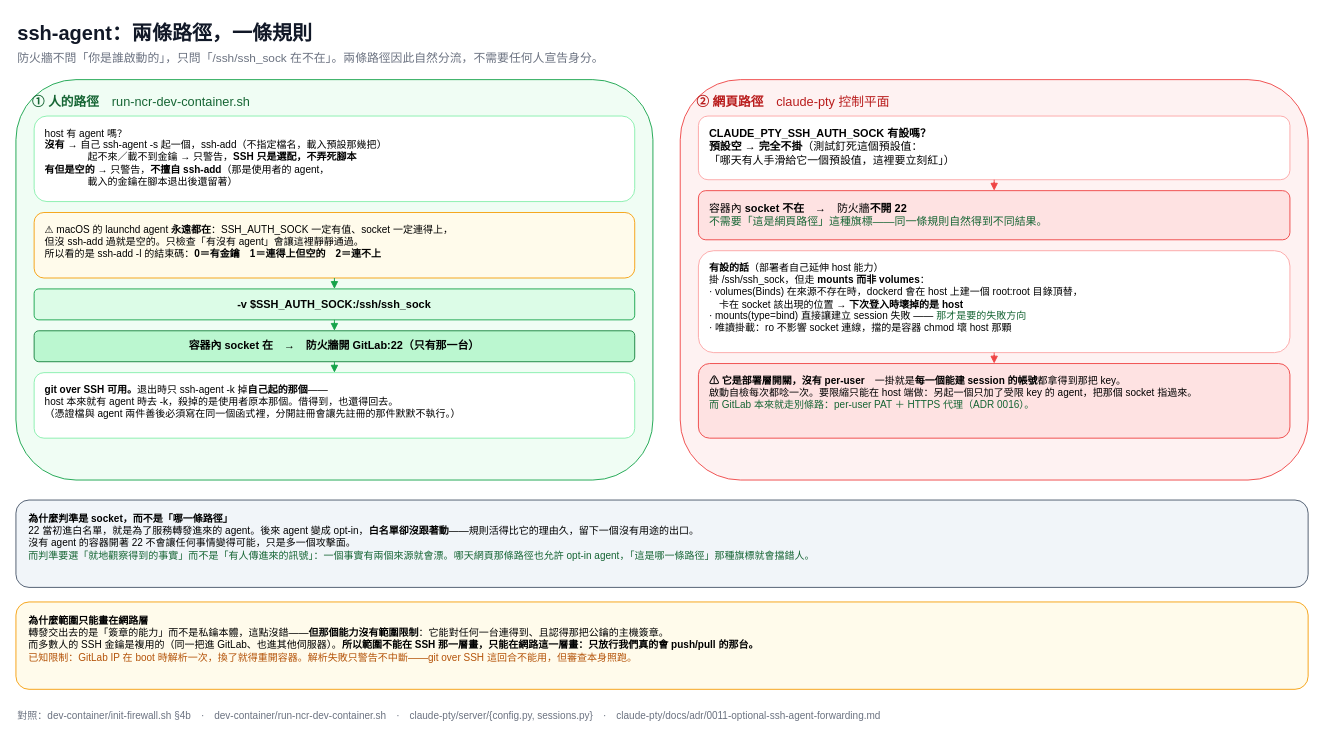
Before: page "2. ssh-agent：兩條路徑，一條規則" (2 of 3) of docs/dev-container.drawio in nathanfhh/30-days-ironman, a draw.io diagram. Source tidied: cells renumbered, new cells numbered last; positions are measured from the earlier drawing's top-left corner, leaving out a move shared by most shapes. Both pictures are drawn from the tidied source at 91%, with x=0, y=0 at pixel (15, 15).
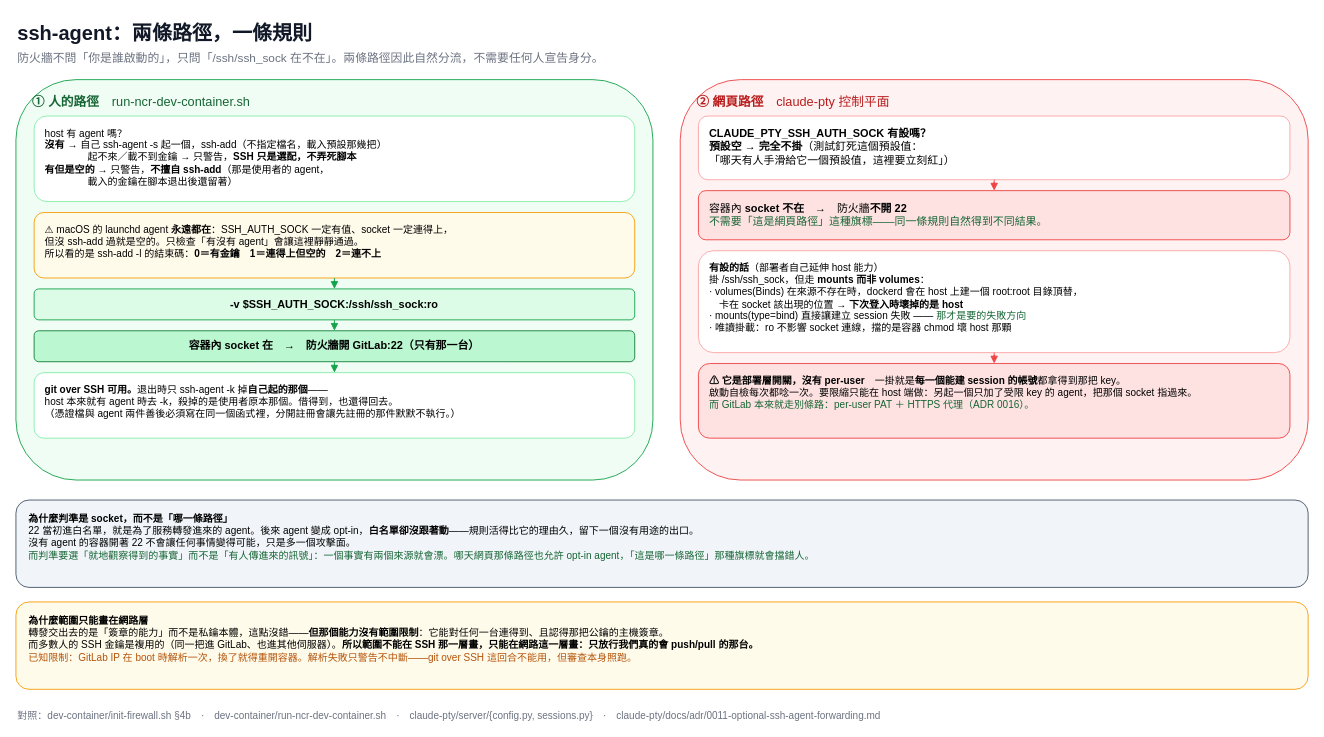
After the change.

Diff of the diagram source:
```diff
@@
-    <mxCell id="8" value="&lt;b&gt;-v $SSH_AUTH_SOCK:/ssh/ssh_sock&lt;/b&gt;" style="rounded=1;whiteSpace=wrap;html=1;fillColor=#dcfce7;strokeColor=#16a34a;fontSize=12;" parent="1" vertex="1">
+    <mxCell id="8" value="&lt;b&gt;-v $SSH_AUTH_SOCK:/ssh/ssh_sock:ro&lt;/b&gt;" style="rounded=1;whiteSpace=wrap;html=1;fillColor=#dcfce7;strokeColor=#16a34a;fontSize=12;" parent="1" vertex="1">
       <mxGeometry x="20" y="300" width="660" height="34" as="geometry" />
     </mxCell>
```
